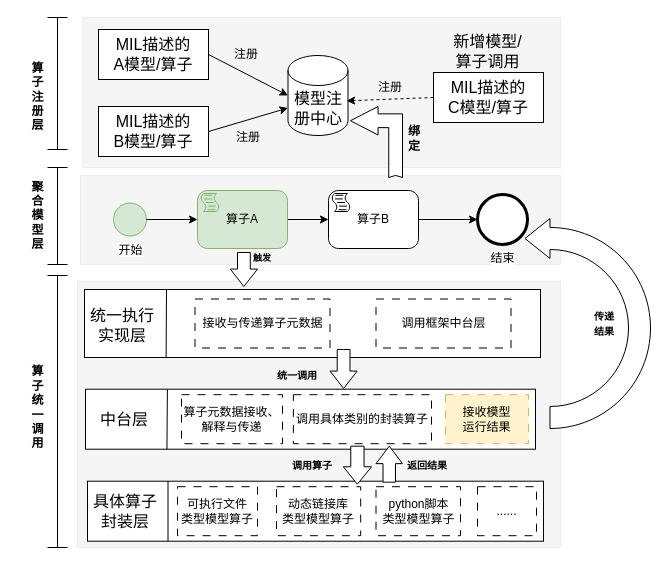
Earlier version of the draw.io diagram page "第 6 页" (6 of 7) of 模型接口语言注册.drawio (liujing-maker/IDEA). Source tidied: cells renumbered, new cells numbered last; positions are measured from the earlier drawing's top-left corner, leaving out a move shared by most shapes. Both pictures are drawn from the tidied source at 100%, with x=0, y=0 at pixel (17, 17).
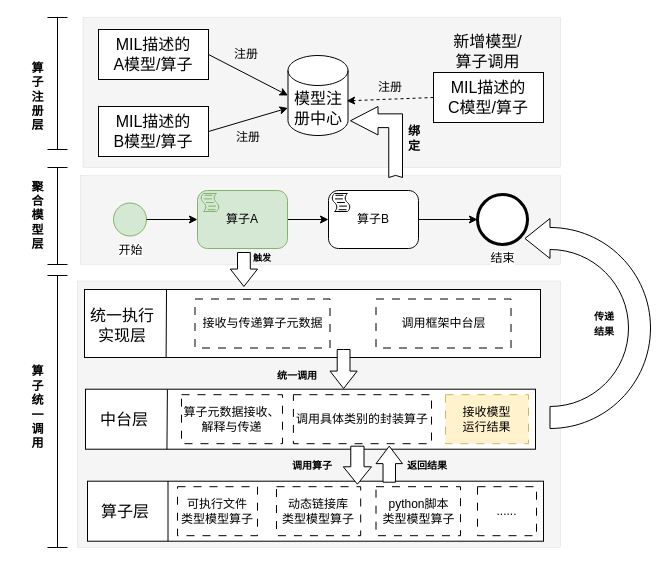
The same diagram, later.

Commit message:
更新模型接口语言注册.drawio

The edit, as a diff of the source:
```diff
@@
-    <mxCell id="46" value="&lt;span style=&quot;font-size: 16px;&quot;&gt;具体算子&lt;/span&gt;&lt;div&gt;&lt;span style=&quot;font-size: 16px;&quot;&gt;封装层&lt;/span&gt;&lt;/div&gt;" style="text;html=1;align=center;verticalAlign=middle;whiteSpace=wrap;rounded=0;" parent="1" vertex="1">
+    <mxCell id="46" value="&lt;span style=&quot;font-size: 16px;&quot;&gt;算子层&lt;/span&gt;" style="text;html=1;align=center;verticalAlign=middle;whiteSpace=wrap;rounded=0;" parent="1" vertex="1">
       <mxGeometry x="73" y="478.7" width="70" height="30" as="geometry" />
     </mxCell>
```
